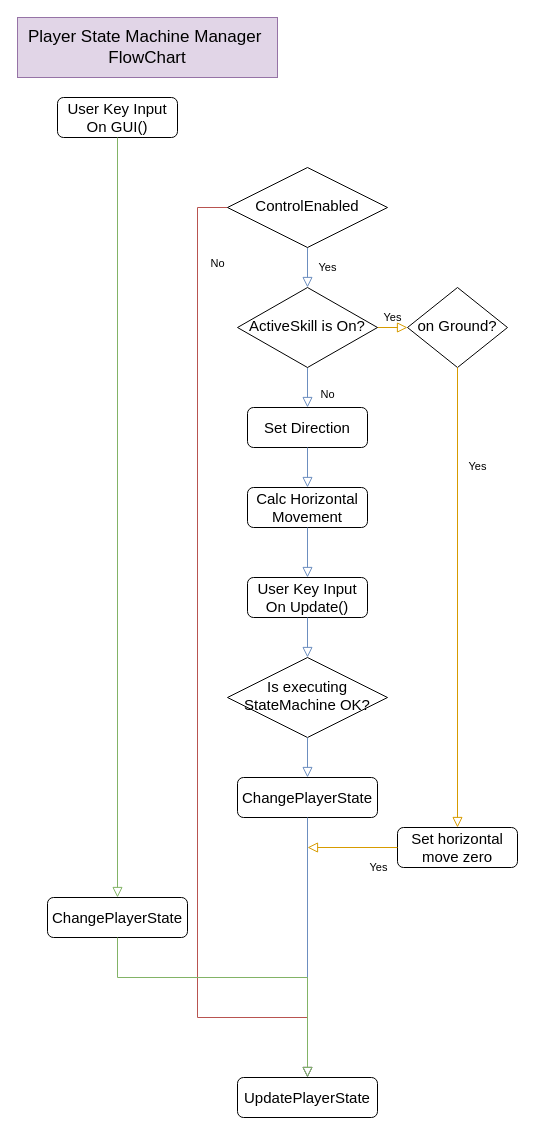
luke-youngmin-cho/PlatformerDemo keeps this draw.io diagram as PlayerStateMachineManager_FlowChart.drawio. Above is the earlier version. Source tidied: cells renumbered, new cells numbered last; positions are measured from the earlier drawing's top-left corner, leaving out a move shared by most shapes. Both pictures are drawn from the tidied source at 100%, with x=0, y=0 at pixel (17, 17).
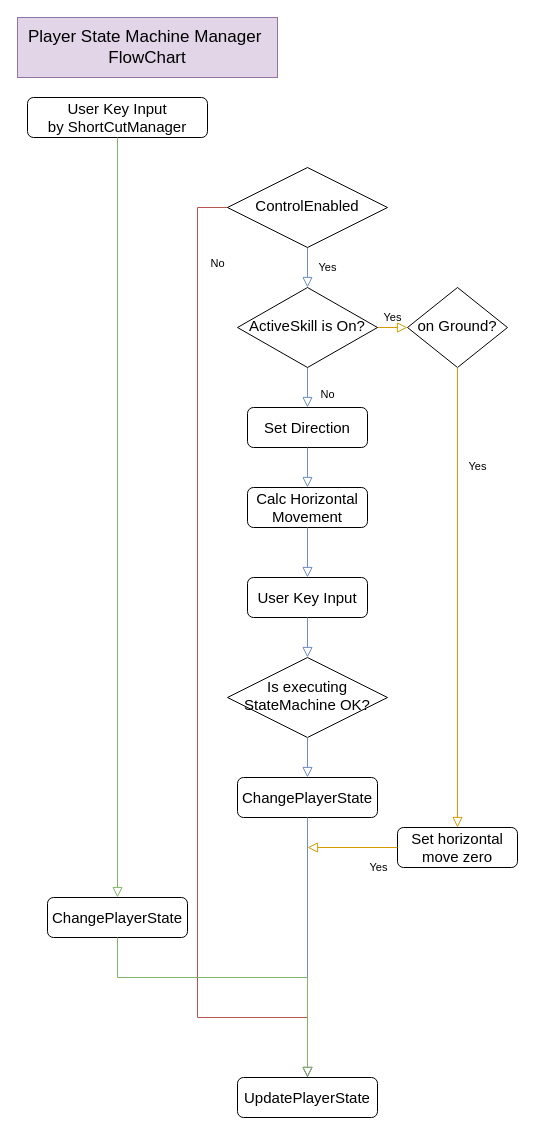
Above is the later version.

What changed in the source:
```diff
@@
-    <mxCell id="2" value="User Key Input&lt;br style=&quot;font-size: 15px;&quot;&gt;On GUI()" style="rounded=1;whiteSpace=wrap;html=1;fontSize=15;glass=0;strokeWidth=1;shadow=0;" parent="1" vertex="1">
-      <mxGeometry x="40" y="80" width="120" height="40" as="geometry" />
+    <mxCell id="2" value="User Key Input&lt;br style=&quot;font-size: 15px&quot;&gt;by ShortCutManager" style="rounded=1;whiteSpace=wrap;html=1;fontSize=15;glass=0;strokeWidth=1;shadow=0;" parent="1" vertex="1">
+      <mxGeometry x="10" y="80" width="180" height="40" as="geometry" />
     </mxCell>
@@
-    <mxCell id="18" value="User Key Input&lt;br style=&quot;font-size: 15px;&quot;&gt;On Update()" style="rounded=1;whiteSpace=wrap;html=1;fontSize=15;glass=0;strokeWidth=1;shadow=0;" parent="1" vertex="1">
+    <mxCell id="18" value="User Key Input" style="rounded=1;whiteSpace=wrap;html=1;fontSize=15;glass=0;strokeWidth=1;shadow=0;" parent="1" vertex="1">
       <mxGeometry x="230" y="560" width="120" height="40" as="geometry" />
     </mxCell>
```
